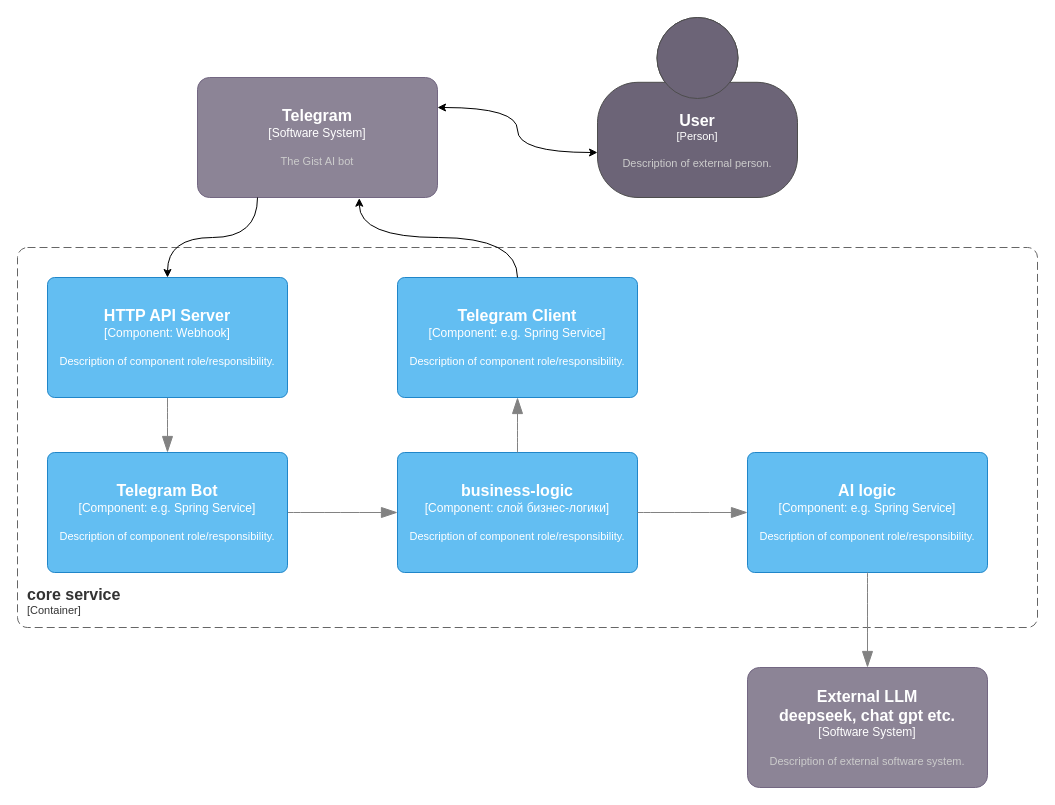
Above: page "C3: core service" (3 of 3) of docs/architecture/system_architecture_C4.drawio in arslanovdi/Gist (draw.io), before the change. Source tidied: cells renumbered, new cells numbered last; positions are measured from the earlier drawing's top-left corner, leaving out a move shared by most shapes. Both pictures are drawn from the tidied source at 100%, with x=0, y=0 at pixel (17, 17).
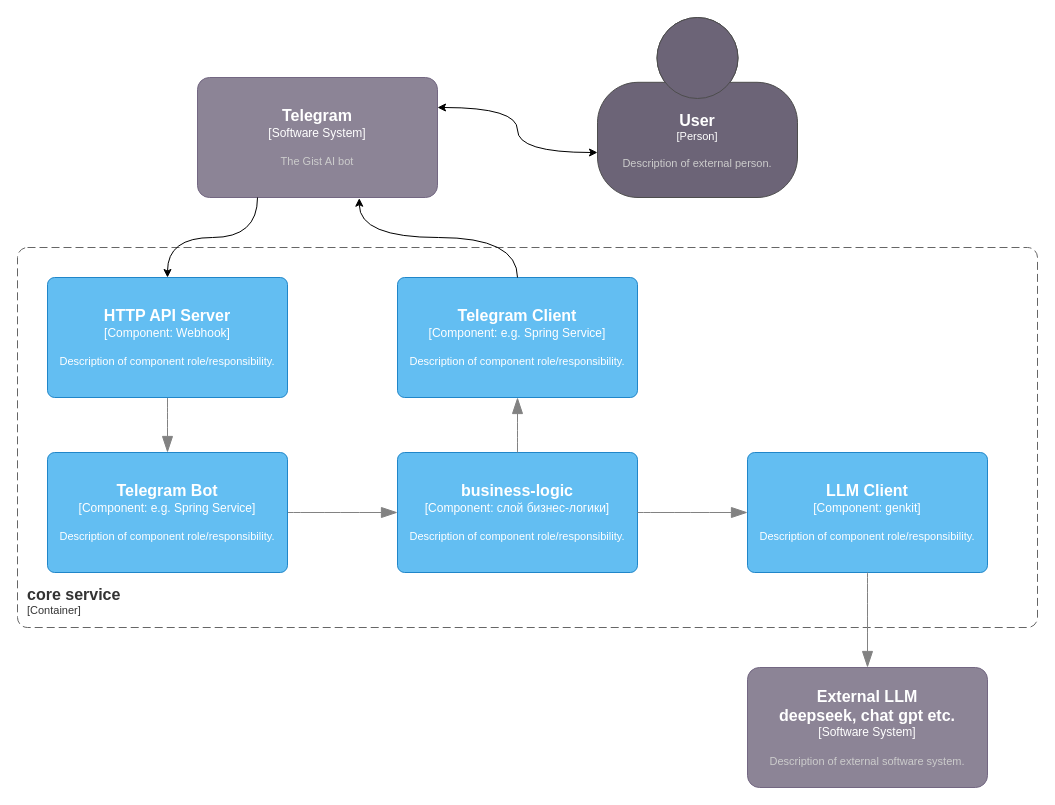
The same page after the edit.

Commit message:
[TG-2] - rename AI to LLM Client

Diff of the diagram source:
```diff
@@
-    <object id="15" label="&lt;font style=&quot;font-size: 16px&quot;&gt;&lt;b&gt;%c4Name%&lt;/b&gt;&lt;/font&gt;&lt;div&gt;[%c4Type%: %c4Technology%]&lt;/div&gt;&lt;br&gt;&lt;div&gt;&lt;font style=&quot;font-size: 11px&quot;&gt;%c4Description%&lt;/font&gt;&lt;/div&gt;" c4Description="Description of component role/responsibility." c4Name="AI logic" c4Technology="e.g. Spring Service" c4Type="Component" placeholders="1">
+    <object id="15" label="&lt;font style=&quot;font-size: 16px&quot;&gt;&lt;b&gt;%c4Name%&lt;/b&gt;&lt;/font&gt;&lt;div&gt;[%c4Type%: %c4Technology%]&lt;/div&gt;&lt;br&gt;&lt;div&gt;&lt;font style=&quot;font-size: 11px&quot;&gt;%c4Description%&lt;/font&gt;&lt;/div&gt;" c4Description="Description of component role/responsibility." c4Name="LLM Client" c4Technology="genkit" c4Type="Component" placeholders="1">
       <mxCell style="rounded=1;whiteSpace=wrap;html=1;labelBackgroundColor=none;fillColor=#63BEF2;fontColor=#ffffff;align=center;arcSize=6;strokeColor=#2086C9;points=[[0.25,0,0],[0.5,0,0],[0.75,0,0],[1,0.25,0],[1,0.5,0],[1,0.75,0],[0.75,1,0],[0.5,1,0],[0.25,1,0],[0,0.75,0],[0,0.5,0],[0,0.25,0]];" parent="1" vertex="1">
         <mxGeometry x="730" y="435" width="240" height="120" as="geometry" />
       </mxCell>
     </object>
```
